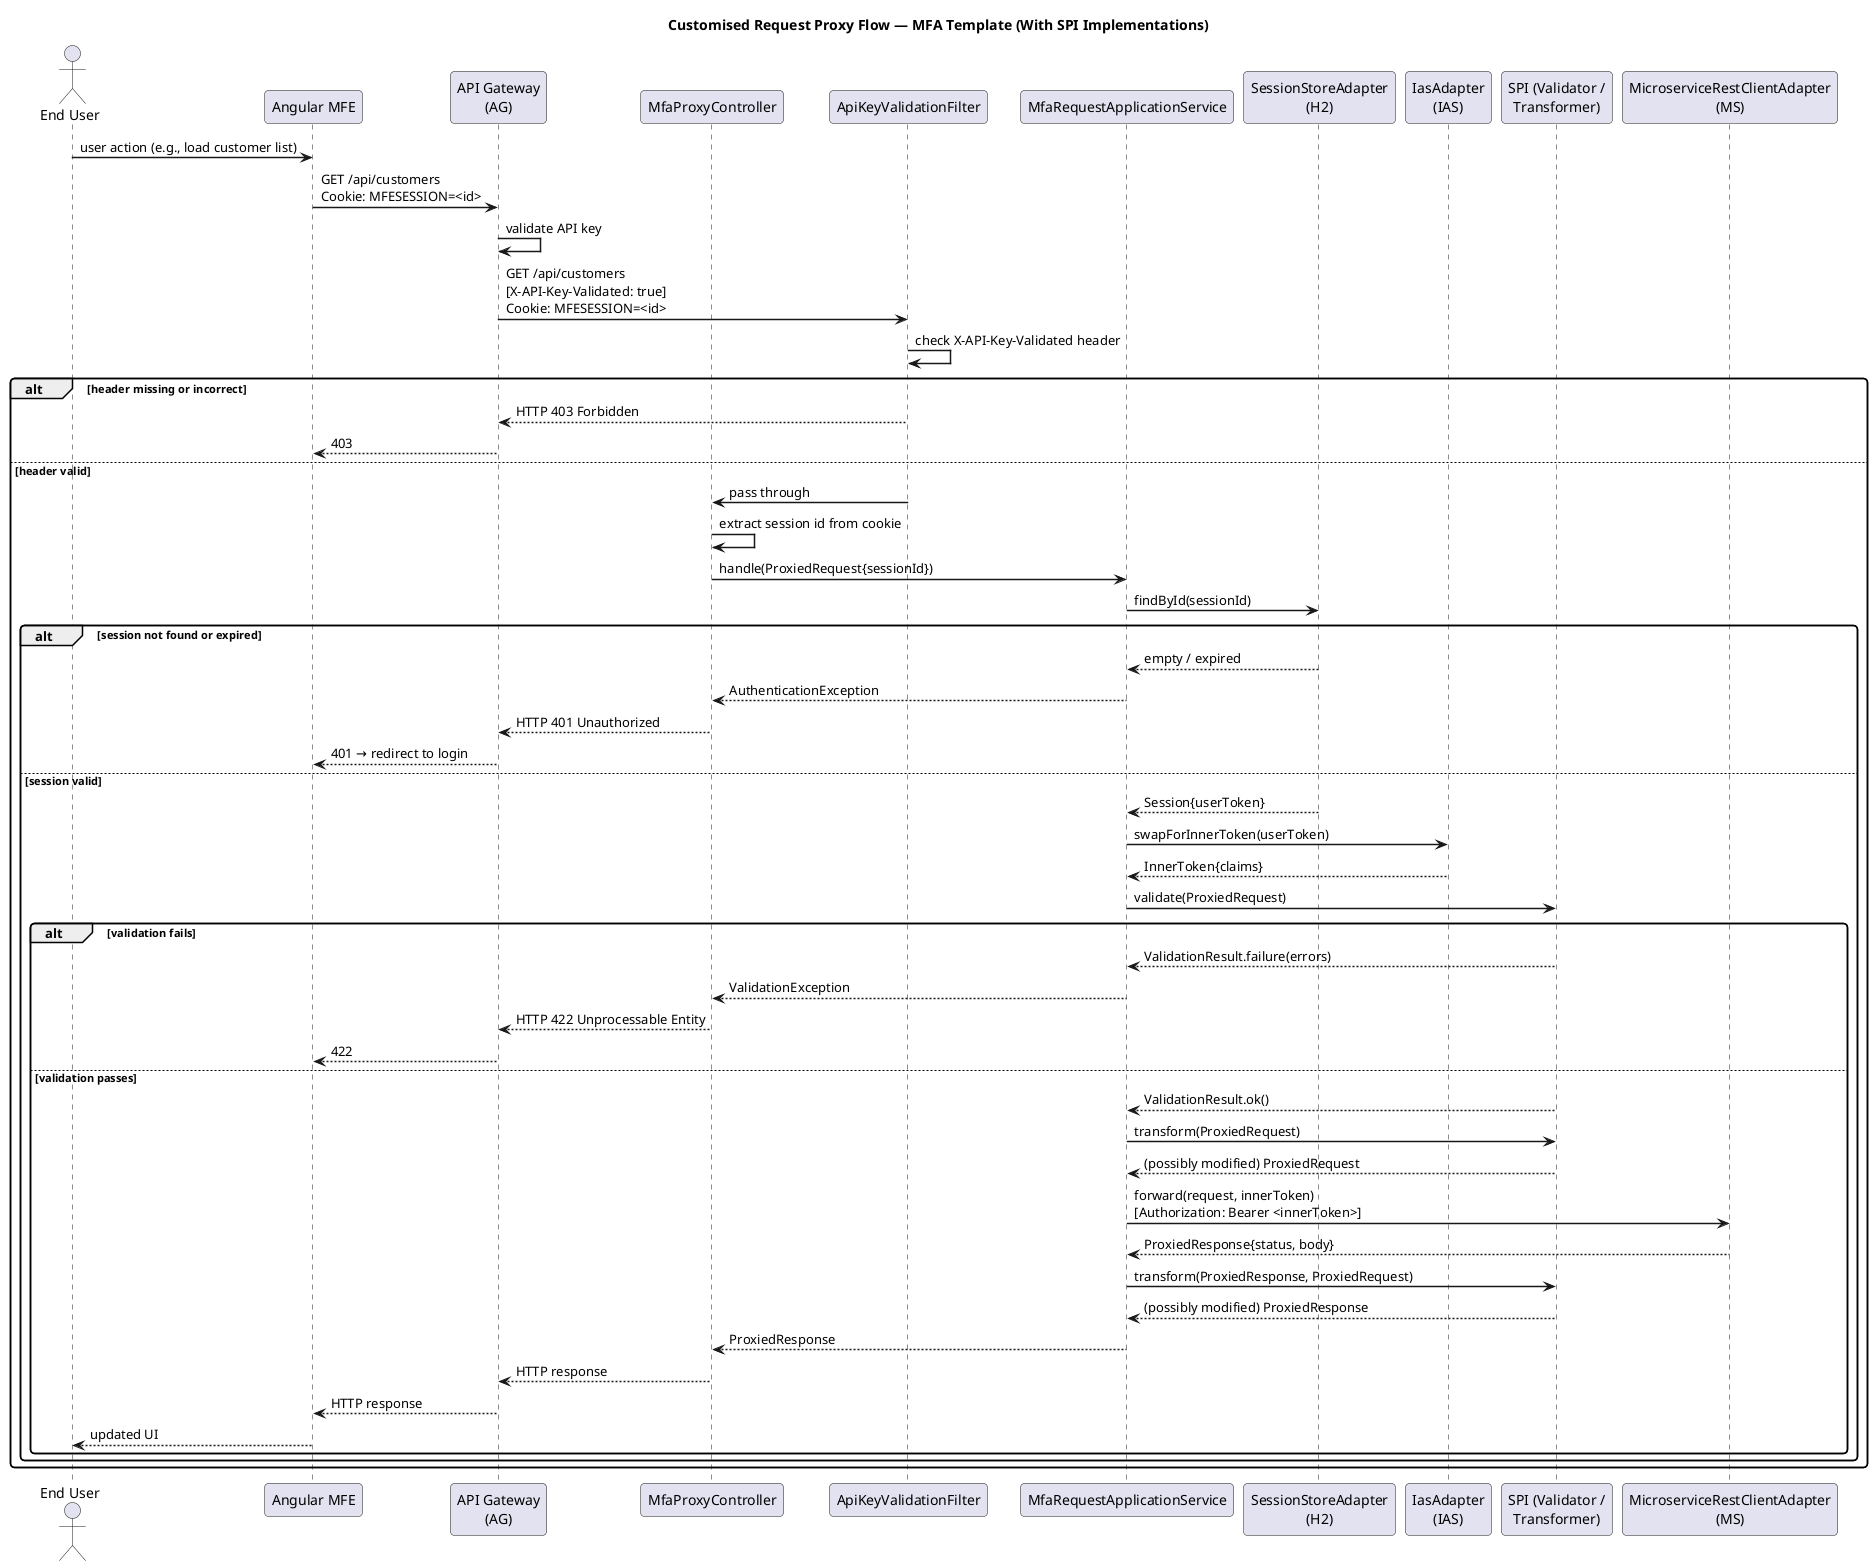
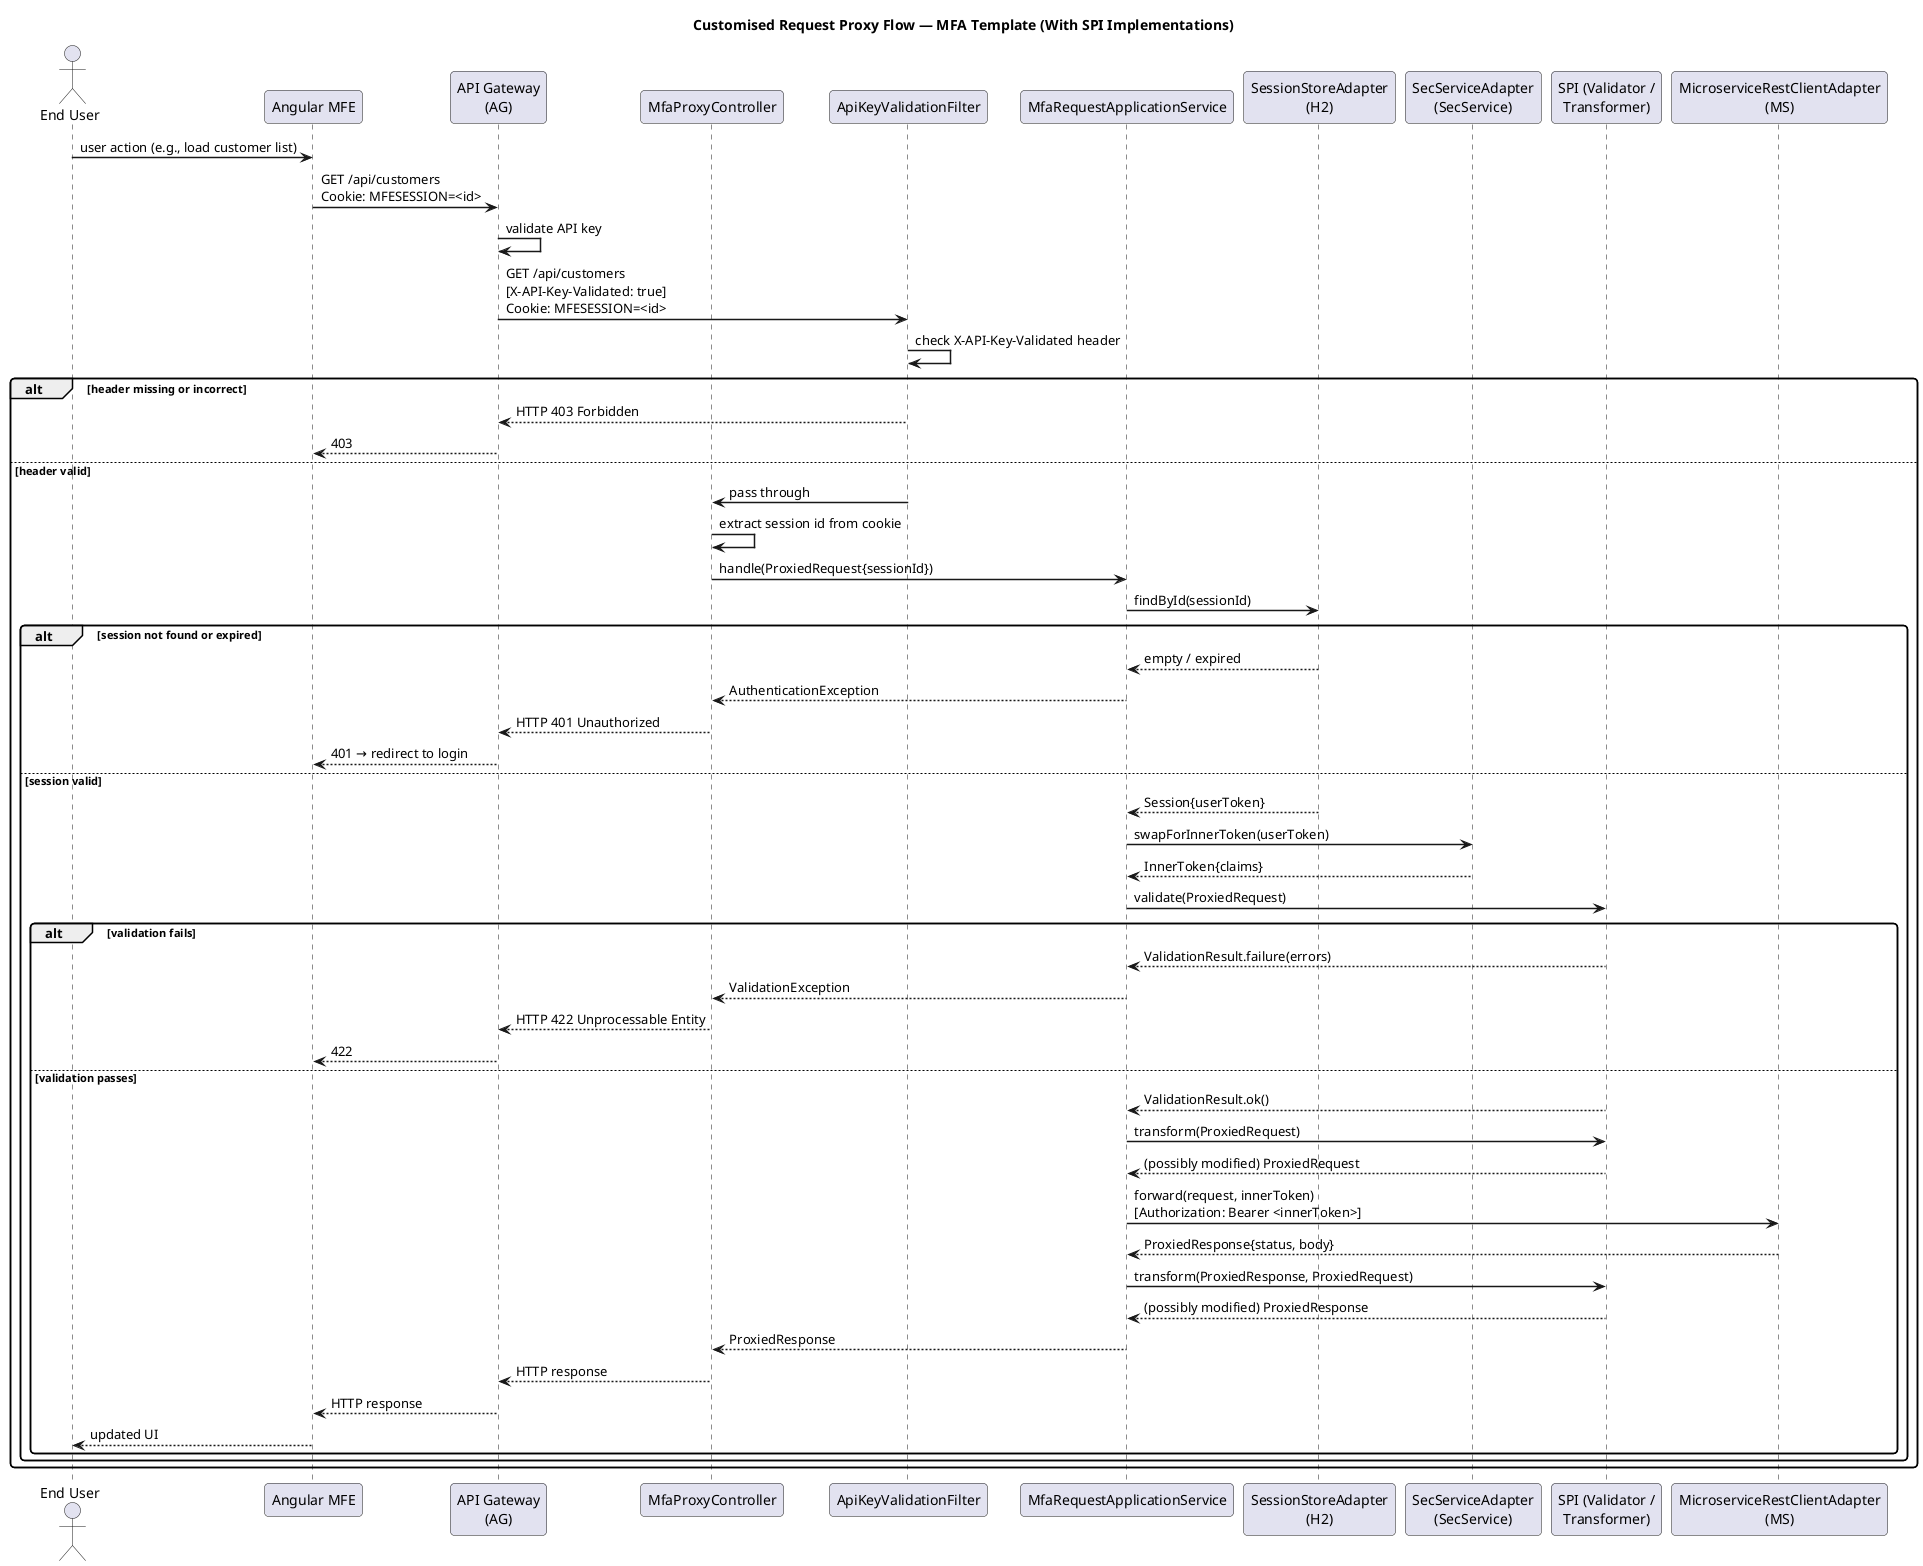
@startuml sequence-request-proxy
skinparam sequenceArrowThickness 1.5
skinparam roundcorner 8
skinparam backgroundColor white

title Customised Request Proxy Flow — MFA Template (With SPI Implementations)

actor "End User" as User
participant "Angular MFE" as MFE
participant "API Gateway\n(AG)" as AG
participant "MfaProxyController" as Ctrl
participant "ApiKeyValidationFilter" as Filter
participant "MfaRequestApplicationService" as Svc
participant "SessionStoreAdapter\n(H2)" as Session
- participant "IasAdapter\n(IAS)" as IAS
+ participant "SecServiceAdapter\n(SecService)" as SecSvc
participant "SPI (Validator /\nTransformer)" as SPI
participant "MicroserviceRestClientAdapter\n(MS)" as MS

User -> MFE : user action (e.g., load customer list)
MFE -> AG : GET /api/customers\nCookie: MFESESSION=<id>
AG -> AG : validate API key
AG -> Filter : GET /api/customers\n[X-API-Key-Validated: true]\nCookie: MFESESSION=<id>
Filter -> Filter : check X-API-Key-Validated header
alt header missing or incorrect
    Filter --> AG : HTTP 403 Forbidden
    AG --> MFE : 403
else header valid
    Filter -> Ctrl : pass through
    Ctrl -> Ctrl : extract session id from cookie
    Ctrl -> Svc : handle(ProxiedRequest{sessionId})

    Svc -> Session : findById(sessionId)
    alt session not found or expired
        Session --> Svc : empty / expired
        Svc --> Ctrl : AuthenticationException
        Ctrl --> AG : HTTP 401 Unauthorized
        AG --> MFE : 401 → redirect to login
    else session valid
        Session --> Svc : Session{userToken}
-         Svc -> IAS : swapForInnerToken(userToken)
-         IAS --> Svc : InnerToken{claims}
+         Svc -> SecSvc : swapForInnerToken(userToken)
+         SecSvc --> Svc : InnerToken{claims}
        Svc -> SPI : validate(ProxiedRequest)
        alt validation fails
            SPI --> Svc : ValidationResult.failure(errors)
            Svc --> Ctrl : ValidationException
            Ctrl --> AG : HTTP 422 Unprocessable Entity
            AG --> MFE : 422
        else validation passes
            SPI --> Svc : ValidationResult.ok()
            Svc -> SPI : transform(ProxiedRequest)
            SPI --> Svc : (possibly modified) ProxiedRequest
            Svc -> MS : forward(request, innerToken)\n[Authorization: Bearer <innerToken>]
            MS --> Svc : ProxiedResponse{status, body}
            Svc -> SPI : transform(ProxiedResponse, ProxiedRequest)
            SPI --> Svc : (possibly modified) ProxiedResponse
            Svc --> Ctrl : ProxiedResponse
            Ctrl --> AG : HTTP response
            AG --> MFE : HTTP response
            MFE --> User : updated UI
        end
    end
end
@enduml
